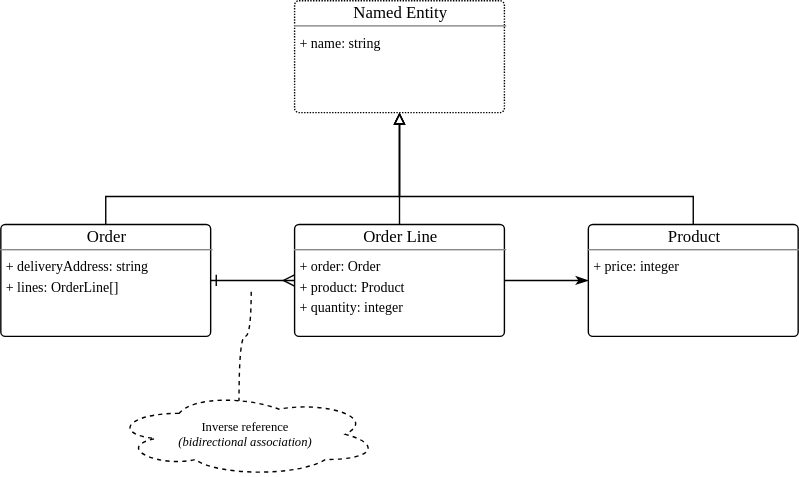
Above: uml-diagram.svg in frusal/frusal-example-schema-by-javascript (draw.io), before the change. Source tidied: cells renumbered, new cells last; positions are measured from the earlier drawing's top-left corner, leaving out a move shared by most shapes.
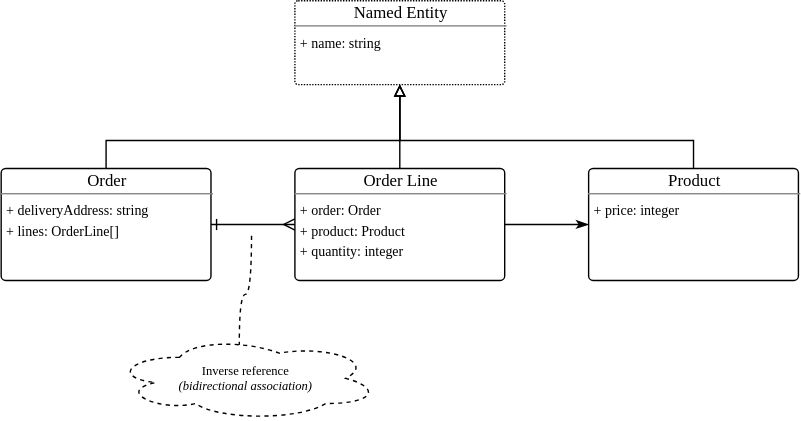
After the commit.

What changed in the source:
```diff
@@ -3,10 +3,11 @@
     <mxCell id="0" />
     <mxCell id="1" parent="0" />
     <mxCell id="2" value="&lt;p style=&quot;margin: 0px ; margin-top: 2px ; text-align: center&quot;&gt;&lt;span style=&quot;font-family: &amp;#34;comic sans ms&amp;#34;&quot;&gt;Named Entity&lt;/span&gt;&lt;br&gt;&lt;/p&gt;&lt;hr style=&quot;margin: 2px 0 4px 0 ; height: 1px ; border: none ; background-color: #888&quot;&gt;&lt;p style=&quot;margin: 0px 0px 0px 4px&quot;&gt;&lt;font face=&quot;Comic Sans MS&quot;&gt;&lt;span style=&quot;font-size: 10px&quot;&gt;+ name: string&lt;/span&gt;&lt;/font&gt;&lt;/p&gt;" style="verticalAlign=top;align=left;overflow=fill;fontSize=12;fontFamily=Helvetica;html=1;rounded=1;arcSize=4;dashed=1;dashPattern=1 1;" parent="1" vertex="1">
-      <mxGeometry x="210" width="150" height="80" as="geometry" />
+      <mxGeometry x="210" y="40" width="150" height="60" as="geometry" />
     </mxCell>
-    <mxCell id="3" style="edgeStyle=orthogonalEdgeStyle;rounded=0;jettySize=auto;html=1;endArrow=block;endFill=0;" parent="1" edge="1" source="4" target="2">
+    <mxCell id="3" style="edgeStyle=orthogonalEdgeStyle;rounded=0;jettySize=auto;html=1;endArrow=block;endFill=0;" parent="1" edge="1" source="4">
       <mxGeometry relative="1" as="geometry">
+        <mxPoint x="285" y="100" as="targetPoint" />
         <Array as="points">
           <mxPoint x="495" y="140" />
           <mxPoint x="285" y="140" />
@@ -16,8 +17,9 @@
     <mxCell id="4" value="&lt;p style=&quot;margin: 0px ; margin-top: 2px ; text-align: center&quot;&gt;&lt;span style=&quot;font-family: &amp;#34;comic sans ms&amp;#34;&quot;&gt;Product&lt;/span&gt;&lt;br&gt;&lt;/p&gt;&lt;hr style=&quot;margin: 2px 0 4px 0 ; height: 1px ; border: none ; background-color: #888&quot;&gt;&lt;p style=&quot;margin: 0px 0px 0px 4px&quot;&gt;&lt;font face=&quot;Comic Sans MS&quot;&gt;&lt;span style=&quot;font-size: 10px&quot;&gt;+ price: integer&lt;/span&gt;&lt;/font&gt;&lt;/p&gt;" style="verticalAlign=top;align=left;overflow=fill;fontSize=12;fontFamily=Helvetica;html=1;rounded=1;arcSize=4;" parent="1" vertex="1">
       <mxGeometry x="420" y="160" width="150" height="80" as="geometry" />
     </mxCell>
-    <mxCell id="5" style="edgeStyle=orthogonalEdgeStyle;rounded=0;jettySize=auto;html=1;entryX=0.5;entryY=1;entryDx=0;entryDy=0;endArrow=block;endFill=0;" parent="1" edge="1" source="7" target="2">
+    <mxCell id="5" style="edgeStyle=orthogonalEdgeStyle;rounded=0;jettySize=auto;html=1;entryX=0.5;entryY=1;entryDx=0;entryDy=0;endArrow=block;endFill=0;" parent="1" edge="1" source="7">
       <mxGeometry relative="1" as="geometry">
+        <mxPoint x="285" y="100" as="targetPoint" />
         <Array as="points">
           <mxPoint x="75" y="140" />
           <mxPoint x="285" y="140" />
@@ -30,8 +32,10 @@
     <mxCell id="7" value="&lt;p style=&quot;margin: 0px ; margin-top: 2px ; text-align: center&quot;&gt;&lt;span style=&quot;font-family: &amp;#34;comic sans ms&amp;#34;&quot;&gt;Order&lt;/span&gt;&lt;br&gt;&lt;/p&gt;&lt;hr style=&quot;margin: 2px 0 4px 0 ; height: 1px ; border: none ; background-color: #888&quot;&gt;&lt;p style=&quot;margin: 0px 0px 0px 4px&quot;&gt;&lt;font face=&quot;Comic Sans MS&quot;&gt;&lt;span style=&quot;font-size: 10px&quot;&gt;+ deliveryAddress: string&lt;/span&gt;&lt;/font&gt;&lt;/p&gt;&lt;p style=&quot;margin: 0px 0px 0px 4px&quot;&gt;&lt;font face=&quot;Comic Sans MS&quot;&gt;&lt;span style=&quot;font-size: 10px&quot;&gt;+ lines: OrderLine[]&lt;/span&gt;&lt;/font&gt;&lt;/p&gt;" style="verticalAlign=top;align=left;overflow=fill;fontSize=12;fontFamily=Helvetica;html=1;rounded=1;arcSize=4;" parent="1" vertex="1">
       <mxGeometry y="160" width="150" height="80" as="geometry" />
     </mxCell>
-    <mxCell id="8" style="edgeStyle=orthogonalEdgeStyle;rounded=0;jettySize=auto;html=1;entryX=0.5;entryY=1;entryDx=0;entryDy=0;endArrow=block;endFill=0;" parent="1" edge="1" source="10" target="2">
-      <mxGeometry relative="1" as="geometry" />
+    <mxCell id="8" style="edgeStyle=orthogonalEdgeStyle;rounded=0;jettySize=auto;html=1;entryX=0.5;entryY=1;entryDx=0;entryDy=0;endArrow=block;endFill=0;" parent="1" edge="1" source="10">
+      <mxGeometry relative="1" as="geometry">
+        <mxPoint x="285" y="100" as="targetPoint" />
+      </mxGeometry>
     </mxCell>
     <mxCell id="9" style="edgeStyle=orthogonalEdgeStyle;rounded=0;jettySize=auto;html=1;exitX=1;exitY=0.5;exitDx=0;exitDy=0;entryX=0;entryY=0.5;entryDx=0;entryDy=0;endArrow=classicThin;endFill=1;" parent="1" edge="1" source="10" target="4">
       <mxGeometry relative="1" as="geometry" />
@@ -43,8 +47,8 @@
       <mxGeometry relative="1" as="geometry">
         <mxPoint x="179" y="206" as="targetPoint" />
         <Array as="points">
-          <mxPoint x="170" y="240" />
-          <mxPoint x="179" y="240" />
+          <mxPoint x="170" y="250" />
+          <mxPoint x="179" y="250" />
         </Array>
       </mxGeometry>
     </mxCell>
```
